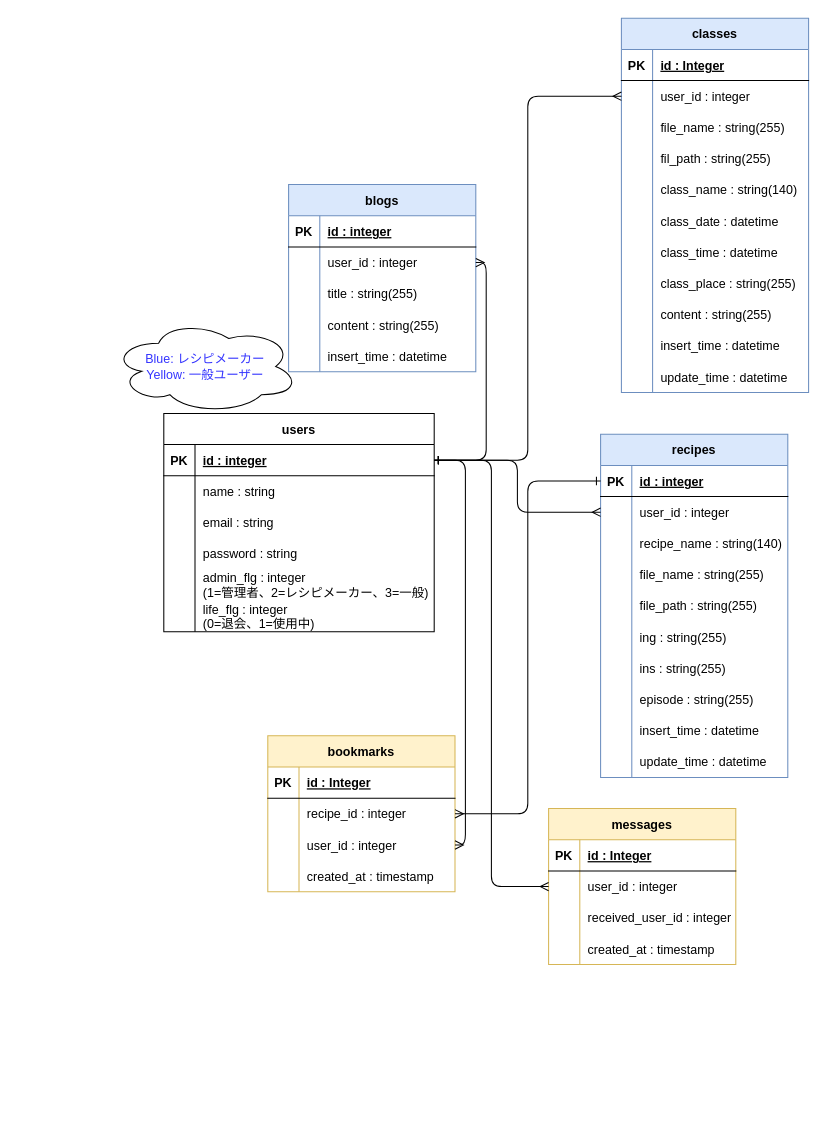
Before: kadai11.dio in lily-code77/kadai11_php, a draw.io diagram. Source tidied: cells renumbered, new cells numbered last; positions are measured from the earlier drawing's top-left corner, leaving out a move shared by most shapes. Both pictures are drawn from the tidied source at 104%, with x=0, y=0 at pixel (111, 18).
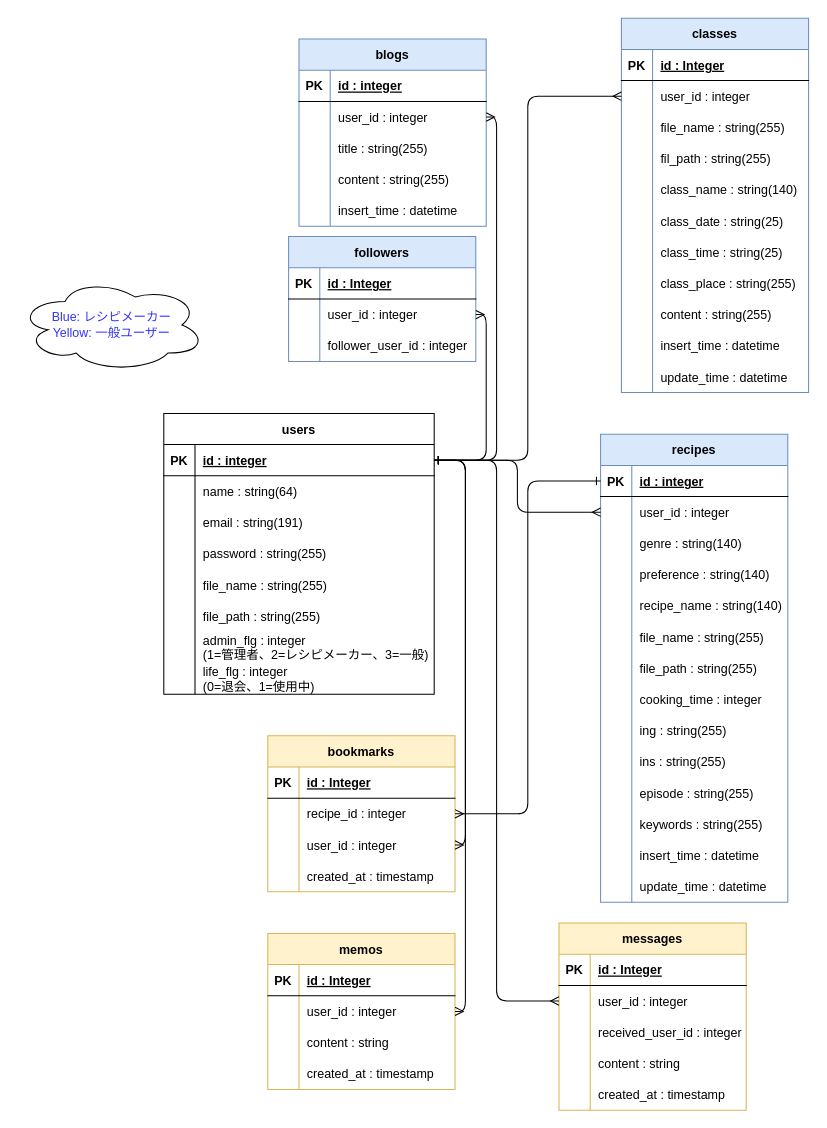
Above is the later version.

The change refers to these unchanged cells:
```xml
<mxCell id="3" style="shape=tableRow;horizontal=0;startSize=0;swimlaneHead=0;swimlaneBody=0;fillColor=none;points=[[0,0.5],[1,0.5]];portConstraint=eastwest;top=0;left=0;right=0;bottom=1;" parent="2" vertex="1">
  <mxGeometry y="30" width="260" height="30" as="geometry" />
</mxCell>
<mxCell id="6" style="shape=tableRow;horizontal=0;startSize=0;swimlaneHead=0;swimlaneBody=0;fillColor=none;top=0;left=0;right=0;bottom=0;" parent="2" vertex="1">
  <mxGeometry y="60" width="260" height="30" as="geometry" />
</mxCell>
<mxCell id="9" style="shape=tableRow;horizontal=0;startSize=0;swimlaneHead=0;swimlaneBody=0;fillColor=none;top=0;left=0;right=0;bottom=0;" parent="2" vertex="1">
  <mxGeometry y="90" width="260" height="30" as="geometry" />
</mxCell>
<mxCell id="12" style="shape=tableRow;horizontal=0;startSize=0;swimlaneHead=0;swimlaneBody=0;fillColor=none;top=0;left=0;right=0;bottom=0;" parent="2" vertex="1">
  <mxGeometry y="120" width="260" height="30" as="geometry" />
</mxCell>
<mxCell id="86" style="shape=tableRow;horizontal=0;startSize=0;swimlaneHead=0;swimlaneBody=0;fillColor=none;top=0;left=0;right=0;bottom=0;" parent="70" vertex="1">
  <mxGeometry y="180" width="180" height="30" as="geometry" />
</mxCell>
<mxCell id="89" style="shape=tableRow;horizontal=0;startSize=0;swimlaneHead=0;swimlaneBody=0;fillColor=none;top=0;left=0;right=0;bottom=0;" parent="70" vertex="1">
  <mxGeometry y="210" width="180" height="30" as="geometry" />
</mxCell>
```

Change to the diagram source:
```diff
@@
     <mxCell id="2" value="users" style="shape=table;startSize=30;childLayout=tableLayout;rowLines=0;fontStyle=1;align=center;" parent="1" vertex="1">
-      <mxGeometry x="50" y="380" width="260" height="210" as="geometry" />
+      <mxGeometry x="50" y="380" width="260" height="270" as="geometry" />
     </mxCell>
@@
-    <mxCell id="8" value="name : string" style="shape=partialRectangle;fillColor=none;top=0;left=0;bottom=0;right=0;align=left;spacingLeft=6;overflow=hidden;" parent="6" vertex="1">
+    <mxCell id="8" value="name : string(64)" style="shape=partialRectangle;fillColor=none;top=0;left=0;bottom=0;right=0;align=left;spacingLeft=6;overflow=hidden;" parent="6" vertex="1">
       <mxGeometry x="30" width="230" height="30" as="geometry" />
     </mxCell>
@@
-    <mxCell id="11" value="email : string" style="shape=partialRectangle;fillColor=none;top=0;left=0;bottom=0;right=0;align=left;spacingLeft=6;overflow=hidden;" parent="9" vertex="1">
+    <mxCell id="11" value="email : string(191)" style="shape=partialRectangle;fillColor=none;top=0;left=0;bottom=0;right=0;align=left;spacingLeft=6;overflow=hidden;" parent="9" vertex="1">
       <mxGeometry x="30" width="230" height="30" as="geometry" />
     </mxCell>
@@
-    <mxCell id="14" value="password : string" style="shape=partialRectangle;fillColor=none;top=0;left=0;bottom=0;right=0;align=left;spacingLeft=6;overflow=hidden;" parent="12" vertex="1">
+    <mxCell id="14" value="password : string(255)" style="shape=partialRectangle;fillColor=none;top=0;left=0;bottom=0;right=0;align=left;spacingLeft=6;overflow=hidden;" parent="12" vertex="1">
       <mxGeometry x="30" width="230" height="30" as="geometry" />
     </mxCell>
+    <mxCell id="135" style="shape=tableRow;horizontal=0;startSize=0;swimlaneHead=0;swimlaneBody=0;fillColor=none;top=0;left=0;right=0;bottom=0;" parent="2" vertex="1">
+      <mxGeometry y="150" width="260" height="30" as="geometry" />
+    </mxCell>
+    <mxCell id="136" style="shape=partialRectangle;fillColor=none;top=0;left=0;bottom=0;right=0;overflow=hidden;" parent="135" vertex="1">
+      <mxGeometry width="30" height="30" as="geometry" />
+    </mxCell>
+    <mxCell id="137" value="file_name : string(255)" style="shape=partialRectangle;fillColor=none;top=0;left=0;bottom=0;right=0;align=left;spacingLeft=6;overflow=hidden;" parent="135" vertex="1">
+      <mxGeometry x="30" width="230" height="30" as="geometry" />
+    </mxCell>
+    <mxCell id="138" style="shape=tableRow;horizontal=0;startSize=0;swimlaneHead=0;swimlaneBody=0;fillColor=none;top=0;left=0;right=0;bottom=0;" parent="2" vertex="1">
+      <mxGeometry y="180" width="260" height="30" as="geometry" />
+    </mxCell>
+    <mxCell id="139" style="shape=partialRectangle;fillColor=none;top=0;left=0;bottom=0;right=0;overflow=hidden;" parent="138" vertex="1">
+      <mxGeometry width="30" height="30" as="geometry" />
+    </mxCell>
+    <mxCell id="140" value="file_path : string(255)" style="shape=partialRectangle;fillColor=none;top=0;left=0;bottom=0;right=0;align=left;spacingLeft=6;overflow=hidden;" parent="138" vertex="1">
+      <mxGeometry x="30" width="230" height="30" as="geometry" />
+    </mxCell>
     <mxCell id="15" style="shape=tableRow;horizontal=0;startSize=0;swimlaneHead=0;swimlaneBody=0;fillColor=none;top=0;left=0;right=0;bottom=0;" parent="2" vertex="1">
-      <mxGeometry y="150" width="260" height="30" as="geometry" />
+      <mxGeometry y="210" width="260" height="30" as="geometry" />
     </mxCell>
@@
     <mxCell id="18" style="shape=tableRow;horizontal=0;startSize=0;swimlaneHead=0;swimlaneBody=0;fillColor=none;top=0;left=0;right=0;bottom=0;" parent="2" vertex="1">
-      <mxGeometry y="180" width="260" height="30" as="geometry" />
+      <mxGeometry y="240" width="260" height="30" as="geometry" />
     </mxCell>
@@
     <mxCell id="21" value="recipes" style="shape=table;startSize=30;childLayout=tableLayout;rowLines=0;fontStyle=1;align=center;fillColor=#dae8fc;strokeColor=#6c8ebf;" parent="1" vertex="1">
-      <mxGeometry x="470" y="400" width="180" height="330" as="geometry" />
+      <mxGeometry x="470" y="400" width="180" height="450" as="geometry" />
     </mxCell>
@@
+    <mxCell id="141" style="shape=tableRow;horizontal=0;startSize=0;swimlaneHead=0;swimlaneBody=0;fillColor=none;top=0;left=0;right=0;bottom=0;" parent="21" vertex="1">
+      <mxGeometry y="90" width="180" height="30" as="geometry" />
+    </mxCell>
+    <mxCell id="142" style="shape=partialRectangle;fillColor=none;top=0;left=0;bottom=0;right=0;overflow=hidden;" parent="141" vertex="1">
+      <mxGeometry width="30" height="30" as="geometry" />
+    </mxCell>
+    <mxCell id="143" value="genre : string(140) " style="shape=partialRectangle;fillColor=none;top=0;left=0;bottom=0;right=0;align=left;spacingLeft=6;overflow=hidden;" parent="141" vertex="1">
+      <mxGeometry x="30" width="150" height="30" as="geometry" />
+    </mxCell>
+    <mxCell id="144" style="shape=tableRow;horizontal=0;startSize=0;swimlaneHead=0;swimlaneBody=0;fillColor=none;top=0;left=0;right=0;bottom=0;" parent="21" vertex="1">
+      <mxGeometry y="120" width="180" height="30" as="geometry" />
+    </mxCell>
+    <mxCell id="145" style="shape=partialRectangle;fillColor=none;top=0;left=0;bottom=0;right=0;overflow=hidden;" parent="144" vertex="1">
+      <mxGeometry width="30" height="30" as="geometry" />
+    </mxCell>
+    <mxCell id="146" value="preference : string(140)" style="shape=partialRectangle;fillColor=none;top=0;left=0;bottom=0;right=0;align=left;spacingLeft=6;overflow=hidden;" parent="144" vertex="1">
+      <mxGeometry x="30" width="150" height="30" as="geometry" />
+    </mxCell>
     <mxCell id="28" style="shape=tableRow;horizontal=0;startSize=0;swimlaneHead=0;swimlaneBody=0;fillColor=none;top=0;left=0;right=0;bottom=0;" parent="21" vertex="1">
-      <mxGeometry y="90" width="180" height="30" as="geometry" />
+      <mxGeometry y="150" width="180" height="30" as="geometry" />
     </mxCell>
@@
     <mxCell id="31" style="shape=tableRow;horizontal=0;startSize=0;swimlaneHead=0;swimlaneBody=0;fillColor=none;top=0;left=0;right=0;bottom=0;" parent="21" vertex="1">
-      <mxGeometry y="120" width="180" height="30" as="geometry" />
+      <mxGeometry y="180" width="180" height="30" as="geometry" />
     </mxCell>
@@
     <mxCell id="34" style="shape=tableRow;horizontal=0;startSize=0;swimlaneHead=0;swimlaneBody=0;fillColor=none;top=0;left=0;right=0;bottom=0;" parent="21" vertex="1">
-      <mxGeometry y="150" width="180" height="30" as="geometry" />
+      <mxGeometry y="210" width="180" height="30" as="geometry" />
     </mxCell>
@@
+    <mxCell id="147" style="shape=tableRow;horizontal=0;startSize=0;swimlaneHead=0;swimlaneBody=0;fillColor=none;top=0;left=0;right=0;bottom=0;" parent="21" vertex="1">
+      <mxGeometry y="240" width="180" height="30" as="geometry" />
+    </mxCell>
+    <mxCell id="148" style="shape=partialRectangle;fillColor=none;top=0;left=0;bottom=0;right=0;overflow=hidden;" parent="147" vertex="1">
+      <mxGeometry width="30" height="30" as="geometry" />
+    </mxCell>
+    <mxCell id="149" value="cooking_time : integer" style="shape=partialRectangle;fillColor=none;top=0;left=0;bottom=0;right=0;align=left;spacingLeft=6;overflow=hidden;" parent="147" vertex="1">
+      <mxGeometry x="30" width="150" height="30" as="geometry" />
+    </mxCell>
     <mxCell id="37" style="shape=tableRow;horizontal=0;startSize=0;swimlaneHead=0;swimlaneBody=0;fillColor=none;top=0;left=0;right=0;bottom=0;" parent="21" vertex="1">
-      <mxGeometry y="180" width="180" height="30" as="geometry" />
+      <mxGeometry y="270" width="180" height="30" as="geometry" />
     </mxCell>
@@
     <mxCell id="40" style="shape=tableRow;horizontal=0;startSize=0;swimlaneHead=0;swimlaneBody=0;fillColor=none;top=0;left=0;right=0;bottom=0;" parent="21" vertex="1">
-      <mxGeometry y="210" width="180" height="30" as="geometry" />
+      <mxGeometry y="300" width="180" height="30" as="geometry" />
     </mxCell>
@@
     <mxCell id="43" style="shape=tableRow;horizontal=0;startSize=0;swimlaneHead=0;swimlaneBody=0;fillColor=none;top=0;left=0;right=0;bottom=0;" parent="21" vertex="1">
-      <mxGeometry y="240" width="180" height="30" as="geometry" />
+      <mxGeometry y="330" width="180" height="30" as="geometry" />
     </mxCell>
@@
+    <mxCell id="150" style="shape=tableRow;horizontal=0;startSize=0;swimlaneHead=0;swimlaneBody=0;fillColor=none;top=0;left=0;right=0;bottom=0;" parent="21" vertex="1">
+      <mxGeometry y="360" width="180" height="30" as="geometry" />
+    </mxCell>
+    <mxCell id="151" style="shape=partialRectangle;fillColor=none;top=0;left=0;bottom=0;right=0;overflow=hidden;" parent="150" vertex="1">
+      <mxGeometry width="30" height="30" as="geometry" />
+    </mxCell>
+    <mxCell id="152" value="keywords : string(255)" style="shape=partialRectangle;fillColor=none;top=0;left=0;bottom=0;right=0;align=left;spacingLeft=6;overflow=hidden;" parent="150" vertex="1">
+      <mxGeometry x="30" width="150" height="30" as="geometry" />
+    </mxCell>
     <mxCell id="46" style="shape=tableRow;horizontal=0;startSize=0;swimlaneHead=0;swimlaneBody=0;fillColor=none;top=0;left=0;right=0;bottom=0;" parent="21" vertex="1">
-      <mxGeometry y="270" width="180" height="30" as="geometry" />
+      <mxGeometry y="390" width="180" height="30" as="geometry" />
     </mxCell>
@@
     <mxCell id="49" style="shape=tableRow;horizontal=0;startSize=0;swimlaneHead=0;swimlaneBody=0;fillColor=none;top=0;left=0;right=0;bottom=0;" parent="21" vertex="1">
-      <mxGeometry y="300" width="180" height="30" as="geometry" />
+      <mxGeometry y="420" width="180" height="30" as="geometry" />
     </mxCell>
@@
     <mxCell id="53" value="blogs" style="shape=table;startSize=30;childLayout=tableLayout;rowLines=0;fontStyle=1;align=center;fillColor=#dae8fc;strokeColor=#6c8ebf;" parent="1" vertex="1">
-      <mxGeometry x="170" y="160" width="180" height="180" as="geometry" />
+      <mxGeometry x="180" y="20" width="180" height="180" as="geometry" />
     </mxCell>
@@
-    <mxCell id="88" value="class_date : datetime" style="shape=partialRectangle;fillColor=none;top=0;left=0;bottom=0;right=0;align=left;spacingLeft=6;overflow=hidden;" parent="86" vertex="1">
+    <mxCell id="88" value="class_date : string(25)" style="shape=partialRectangle;fillColor=none;top=0;left=0;bottom=0;right=0;align=left;spacingLeft=6;overflow=hidden;" parent="86" vertex="1">
       <mxGeometry x="30" width="150" height="30" as="geometry" />
     </mxCell>
@@
-    <mxCell id="91" value="class_time : datetime" style="shape=partialRectangle;fillColor=none;top=0;left=0;bottom=0;right=0;align=left;spacingLeft=6;overflow=hidden;" parent="89" vertex="1">
+    <mxCell id="91" value="class_time : string(25)" style="shape=partialRectangle;fillColor=none;top=0;left=0;bottom=0;right=0;align=left;spacingLeft=6;overflow=hidden;" parent="89" vertex="1">
       <mxGeometry x="30" width="150" height="30" as="geometry" />
     </mxCell>
@@
     <mxCell id="120" value="messages" style="shape=table;startSize=30;childLayout=tableLayout;rowLines=0;fontStyle=1;align=center;fillColor=#fff2cc;strokeColor=#d6b656;" parent="1" vertex="1">
-      <mxGeometry x="420" y="760" width="180" height="150" as="geometry" />
+      <mxGeometry x="430" y="870" width="180" height="180" as="geometry" />
     </mxCell>
@@
+    <mxCell id="153" style="shape=tableRow;horizontal=0;startSize=0;swimlaneHead=0;swimlaneBody=0;fillColor=none;top=0;left=0;right=0;bottom=0;" parent="120" vertex="1">
+      <mxGeometry y="120" width="180" height="30" as="geometry" />
+    </mxCell>
+    <mxCell id="154" style="shape=partialRectangle;fillColor=none;top=0;left=0;bottom=0;right=0;overflow=hidden;" parent="153" vertex="1">
+      <mxGeometry width="30" height="30" as="geometry" />
+    </mxCell>
+    <mxCell id="155" value="content : string" style="shape=partialRectangle;fillColor=none;top=0;left=0;bottom=0;right=0;align=left;spacingLeft=6;overflow=hidden;" parent="153" vertex="1">
+      <mxGeometry x="30" width="150" height="30" as="geometry" />
+    </mxCell>
     <mxCell id="130" style="shape=tableRow;horizontal=0;startSize=0;swimlaneHead=0;swimlaneBody=0;fillColor=none;top=0;left=0;right=0;bottom=0;" parent="120" vertex="1">
-      <mxGeometry y="120" width="180" height="30" as="geometry" />
+      <mxGeometry y="150" width="180" height="30" as="geometry" />
     </mxCell>
@@
     <mxCell id="134" value="Blue: レシピメーカー&lt;br&gt;Yellow: 一般ユーザー" style="ellipse;shape=cloud;whiteSpace=wrap;html=1;align=center;fontColor=#3333FF;" parent="1" vertex="1">
-      <mxGeometry y="290" width="180" height="90" as="geometry" />
+      <mxGeometry x="-90" y="250" width="180" height="90" as="geometry" />
     </mxCell>
+    <mxCell id="156" value="memos" style="shape=table;startSize=30;childLayout=tableLayout;rowLines=0;fontStyle=1;align=center;fillColor=#fff2cc;strokeColor=#d6b656;" parent="1" vertex="1">
+      <mxGeometry x="150" y="880" width="180" height="150" as="geometry" />
+    </mxCell>
+    <mxCell id="157" style="shape=tableRow;horizontal=0;startSize=0;swimlaneHead=0;swimlaneBody=0;fillColor=none;top=0;left=0;right=0;bottom=1;fontColor=#000000;" parent="156" vertex="1">
+      <mxGeometry y="30" width="180" height="30" as="geometry" />
+    </mxCell>
+    <mxCell id="158" value="PK" style="shape=partialRectangle;fillColor=none;top=0;left=0;bottom=0;right=0;fontStyle=1;overflow=hidden;fontColor=#000000;" parent="157" vertex="1">
+      <mxGeometry width="30" height="30" as="geometry" />
+    </mxCell>
+    <mxCell id="159" value="id : Integer" style="shape=partialRectangle;fillColor=none;top=0;left=0;bottom=0;right=0;align=left;spacingLeft=6;fontStyle=5;overflow=hidden;fontColor=#000000;" parent="157" vertex="1">
+      <mxGeometry x="30" width="150" height="30" as="geometry" />
+    </mxCell>
+    <mxCell id="160" style="shape=tableRow;horizontal=0;startSize=0;swimlaneHead=0;swimlaneBody=0;fillColor=none;points=[[0,0.5],[1,0.5]];portConstraint=eastwest;top=0;left=0;right=0;bottom=0;fontColor=#000000;" parent="156" vertex="1">
+      <mxGeometry y="60" width="180" height="30" as="geometry" />
+    </mxCell>
+    <mxCell id="161" style="shape=partialRectangle;fillColor=none;top=0;left=0;bottom=0;right=0;overflow=hidden;fontColor=#000000;" parent="160" vertex="1">
+      <mxGeometry width="30" height="30" as="geometry" />
+    </mxCell>
+    <mxCell id="162" value="user_id : integer" style="shape=partialRectangle;fillColor=none;top=0;left=0;bottom=0;right=0;align=left;spacingLeft=6;overflow=hidden;fontColor=#000000;" parent="160" vertex="1">
+      <mxGeometry x="30" width="150" height="30" as="geometry" />
+    </mxCell>
+    <mxCell id="163" style="shape=tableRow;horizontal=0;startSize=0;swimlaneHead=0;swimlaneBody=0;fillColor=none;top=0;left=0;right=0;bottom=0;fontColor=#000000;" parent="156" vertex="1">
+      <mxGeometry y="90" width="180" height="30" as="geometry" />
+    </mxCell>
+    <mxCell id="164" style="shape=partialRectangle;fillColor=none;top=0;left=0;bottom=0;right=0;overflow=hidden;fontColor=#000000;" parent="163" vertex="1">
+      <mxGeometry width="30" height="30" as="geometry" />
+    </mxCell>
+    <mxCell id="165" value="content : string" style="shape=partialRectangle;fillColor=none;top=0;left=0;bottom=0;right=0;align=left;spacingLeft=6;overflow=hidden;fontColor=#000000;" parent="163" vertex="1">
+      <mxGeometry x="30" width="150" height="30" as="geometry" />
+    </mxCell>
+    <mxCell id="166" style="shape=tableRow;horizontal=0;startSize=0;swimlaneHead=0;swimlaneBody=0;fillColor=none;top=0;left=0;right=0;bottom=0;fontColor=#000000;" parent="156" vertex="1">
+      <mxGeometry y="120" width="180" height="30" as="geometry" />
+    </mxCell>
+    <mxCell id="167" style="shape=partialRectangle;fillColor=none;top=0;left=0;bottom=0;right=0;overflow=hidden;fontColor=#000000;" parent="166" vertex="1">
+      <mxGeometry width="30" height="30" as="geometry" />
+    </mxCell>
+    <mxCell id="168" value="created_at : timestamp" style="shape=partialRectangle;fillColor=none;top=0;left=0;bottom=0;right=0;align=left;spacingLeft=6;overflow=hidden;fontColor=#000000;" parent="166" vertex="1">
+      <mxGeometry x="30" width="150" height="30" as="geometry" />
+    </mxCell>
+    <mxCell id="169" style="edgeStyle=orthogonalEdgeStyle;html=1;exitX=1;exitY=0.5;exitDx=0;exitDy=0;entryX=1;entryY=0.5;entryDx=0;entryDy=0;fontColor=#000000;startArrow=ERone;startFill=0;endArrow=ERmany;endFill=0;" parent="1" edge="1" source="3" target="160">
+      <mxGeometry relative="1" as="geometry" />
+    </mxCell>
+    <mxCell id="170" value="followers" style="shape=table;startSize=30;childLayout=tableLayout;rowLines=0;fontStyle=1;align=center;fillColor=#dae8fc;strokeColor=#6c8ebf;" parent="1" vertex="1">
+      <mxGeometry x="170" y="210" width="180" height="120" as="geometry" />
+    </mxCell>
+    <mxCell id="171" style="shape=tableRow;horizontal=0;startSize=0;swimlaneHead=0;swimlaneBody=0;fillColor=none;top=0;left=0;right=0;bottom=1;fontColor=#000000;" parent="170" vertex="1">
+      <mxGeometry y="30" width="180" height="30" as="geometry" />
+    </mxCell>
+    <mxCell id="172" value="PK" style="shape=partialRectangle;fillColor=none;top=0;left=0;bottom=0;right=0;fontStyle=1;overflow=hidden;fontColor=#000000;" parent="171" vertex="1">
+      <mxGeometry width="30" height="30" as="geometry" />
+    </mxCell>
+    <mxCell id="173" value="id : Integer" style="shape=partialRectangle;fillColor=none;top=0;left=0;bottom=0;right=0;align=left;spacingLeft=6;fontStyle=5;overflow=hidden;fontColor=#000000;" parent="171" vertex="1">
+      <mxGeometry x="30" width="150" height="30" as="geometry" />
+    </mxCell>
+    <mxCell id="174" style="shape=tableRow;horizontal=0;startSize=0;swimlaneHead=0;swimlaneBody=0;fillColor=none;points=[[0,0.5],[1,0.5]];portConstraint=eastwest;top=0;left=0;right=0;bottom=0;fontColor=#000000;" parent="170" vertex="1">
+      <mxGeometry y="60" width="180" height="30" as="geometry" />
+    </mxCell>
+    <mxCell id="175" style="shape=partialRectangle;fillColor=none;top=0;left=0;bottom=0;right=0;overflow=hidden;fontColor=#000000;" parent="174" vertex="1">
+      <mxGeometry width="30" height="30" as="geometry" />
+    </mxCell>
+    <mxCell id="176" value="user_id : integer" style="shape=partialRectangle;fillColor=none;top=0;left=0;bottom=0;right=0;align=left;spacingLeft=6;overflow=hidden;fontColor=#000000;" parent="174" vertex="1">
+      <mxGeometry x="30" width="150" height="30" as="geometry" />
+    </mxCell>
+    <mxCell id="177" style="shape=tableRow;horizontal=0;startSize=0;swimlaneHead=0;swimlaneBody=0;fillColor=none;top=0;left=0;right=0;bottom=0;fontColor=#000000;" parent="170" vertex="1">
+      <mxGeometry y="90" width="180" height="30" as="geometry" />
+    </mxCell>
+    <mxCell id="178" style="shape=partialRectangle;fillColor=none;top=0;left=0;bottom=0;right=0;overflow=hidden;fontColor=#000000;" parent="177" vertex="1">
+      <mxGeometry width="30" height="30" as="geometry" />
+    </mxCell>
+    <mxCell id="179" value="follower_user_id : integer" style="shape=partialRectangle;fillColor=none;top=0;left=0;bottom=0;right=0;align=left;spacingLeft=6;overflow=hidden;fontColor=#000000;" parent="177" vertex="1">
+      <mxGeometry x="30" width="150" height="30" as="geometry" />
+    </mxCell>
+    <mxCell id="180" style="edgeStyle=orthogonalEdgeStyle;html=1;exitX=1;exitY=0.5;exitDx=0;exitDy=0;entryX=1;entryY=0.5;entryDx=0;entryDy=0;fontColor=#000000;startArrow=ERone;startFill=0;endArrow=ERmany;endFill=0;" parent="1" edge="1" source="3" target="174">
+      <mxGeometry relative="1" as="geometry" />
+    </mxCell>
```
